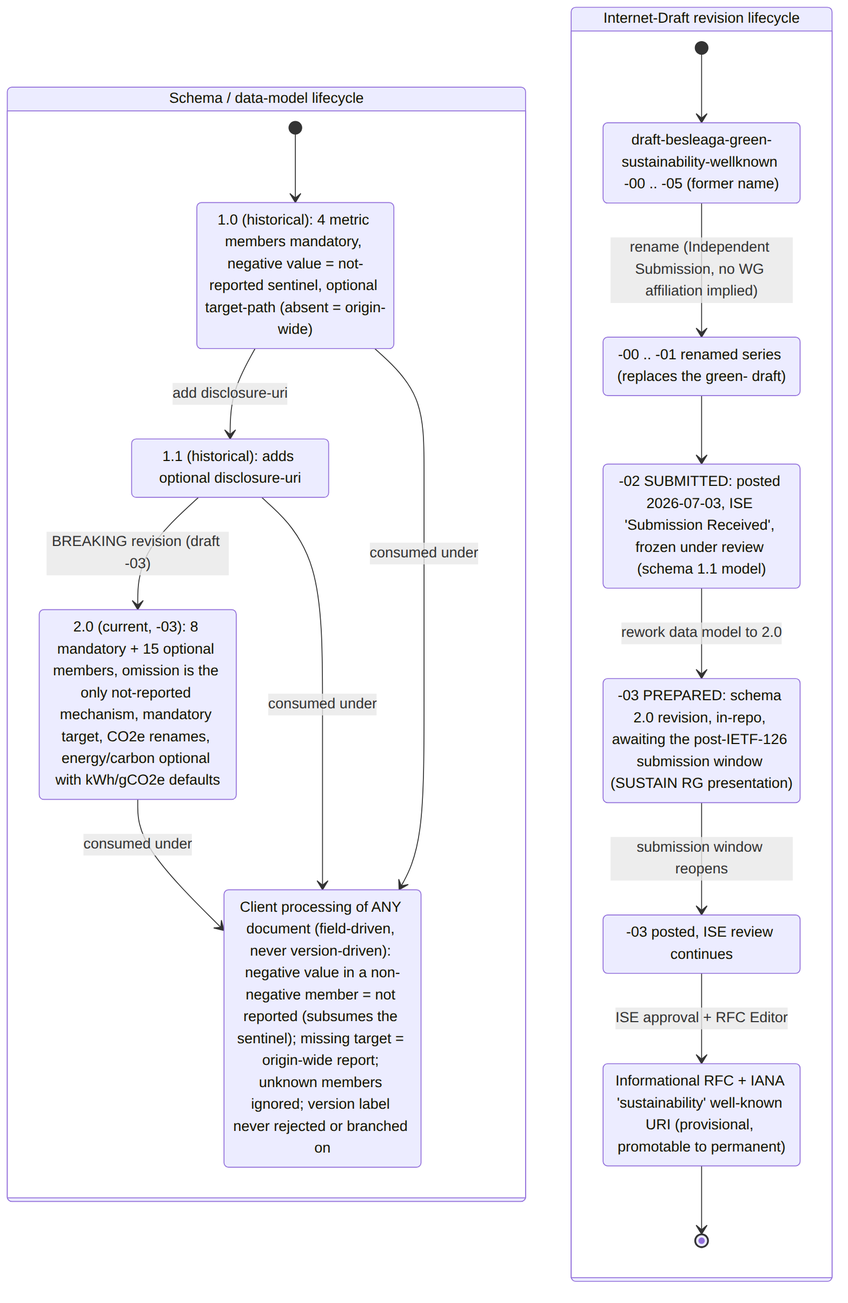
This is architecture/images/version-state.png from andreibesleaga/rfc-sustainability-wellknown, a Mermaid export, as it was before one commit. Its source is kept beside it as architecture/diagrams/version-state.mmd.
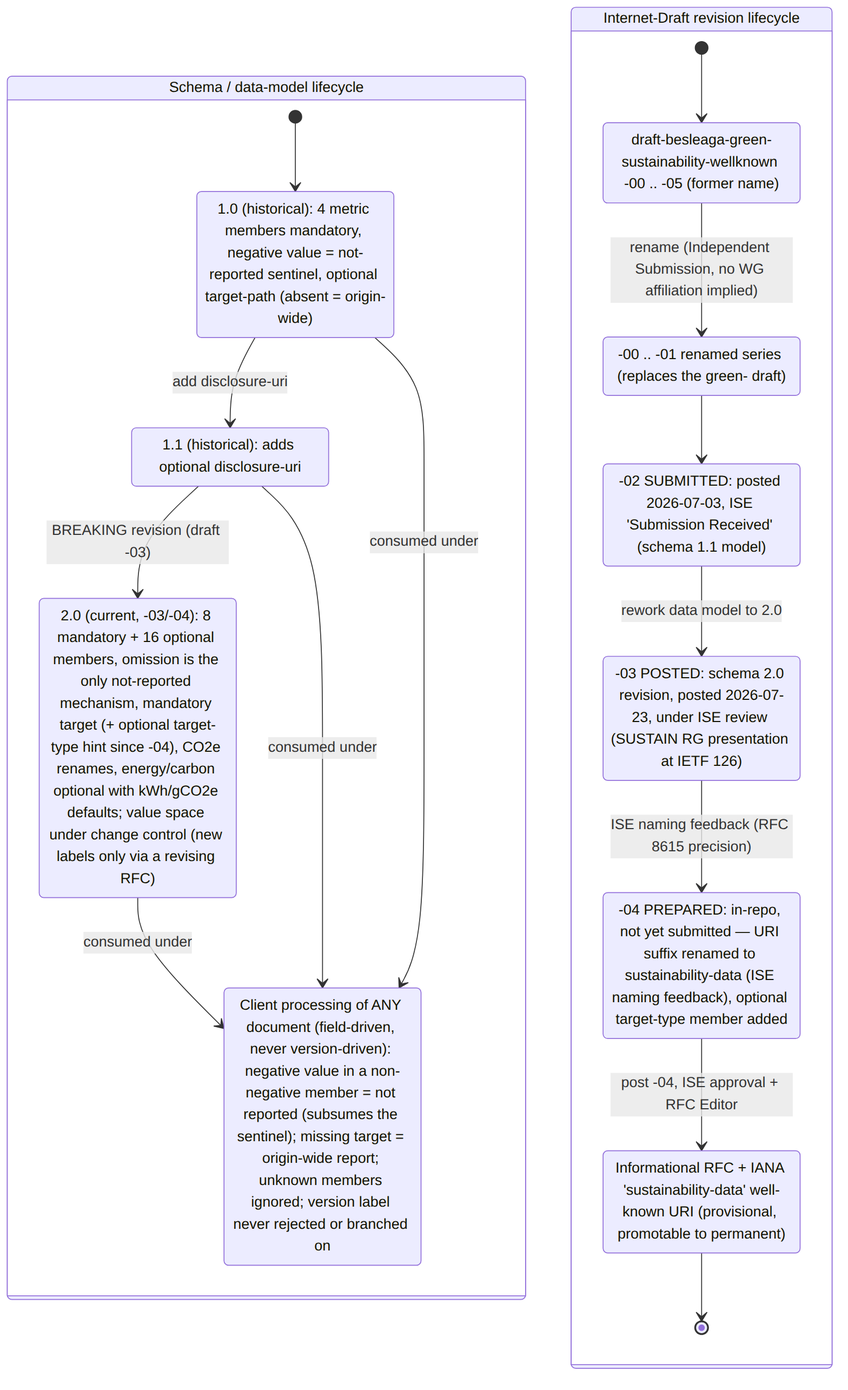
The same diagram one commit later.

Change to the diagram source:
```diff
@@ -2,7 +2,7 @@
     state "Schema / data-model lifecycle" as SCHEMA {
         state "1.0 (historical): 4 metric members mandatory, negative value = not-reported sentinel, optional target-path (absent = origin-wide)" as V10
         state "1.1 (historical): adds optional disclosure-uri" as V11
-        state "2.0 (current, -03): 8 mandatory + 15 optional members, omission is the only not-reported mechanism, mandatory target, CO2e renames, energy/carbon optional with kWh/gCO2e defaults" as V20
+        state "2.0 (current, -03/-04): 8 mandatory + 16 optional members, omission is the only not-reported mechanism, mandatory target (+ optional target-type hint since -04), CO2e renames, energy/carbon optional with kWh/gCO2e defaults; value space under change control (new labels only via a revising RFC)" as V20
         state "Client processing of ANY document (field-driven, never version-driven): negative value in a non-negative member = not reported (subsumes the sentinel); missing target = origin-wide report; unknown members ignored; version label never rejected or branched on" as COMPAT
 
         [*] --> V10
@@ -16,16 +16,16 @@
     state "Internet-Draft revision lifecycle" as DRAFT {
         state "draft-besleaga-green-sustainability-wellknown -00 .. -05 (former name)" as GREEN
         state "-00 .. -01 renamed series (replaces the green- draft)" as EARLY
-        state "-02 SUBMITTED: posted 2026-07-03, ISE 'Submission Received', frozen under review (schema 1.1 model)" as SUBMITTED
-        state "-03 PREPARED: schema 2.0 revision, in-repo, awaiting the post-IETF-126 submission window (SUSTAIN RG presentation)" as PREPARED
-        state "-03 posted, ISE review continues" as POSTED
-        state "Informational RFC + IANA 'sustainability' well-known URI (provisional, promotable to permanent)" as RFC
+        state "-02 SUBMITTED: posted 2026-07-03, ISE 'Submission Received' (schema 1.1 model)" as SUBMITTED
+        state "-03 POSTED: schema 2.0 revision, posted 2026-07-23, under ISE review (SUSTAIN RG presentation at IETF 126)" as POSTED
+        state "-04 PREPARED: in-repo, not yet submitted — URI suffix renamed to sustainability-data (ISE naming feedback), optional target-type member added" as PREPARED4
+        state "Informational RFC + IANA 'sustainability-data' well-known URI (provisional, promotable to permanent)" as RFC
 
         [*] --> GREEN
         GREEN --> EARLY : rename (Independent Submission, no WG affiliation implied)
         EARLY --> SUBMITTED
-        SUBMITTED --> PREPARED : rework data model to 2.0
-        PREPARED --> POSTED : submission window reopens
-        POSTED --> RFC : ISE approval + RFC Editor
+        SUBMITTED --> POSTED : rework data model to 2.0
+        POSTED --> PREPARED4 : ISE naming feedback (RFC 8615 precision)
+        PREPARED4 --> RFC : post -04, ISE approval + RFC Editor
         RFC --> [*]
     }
```
